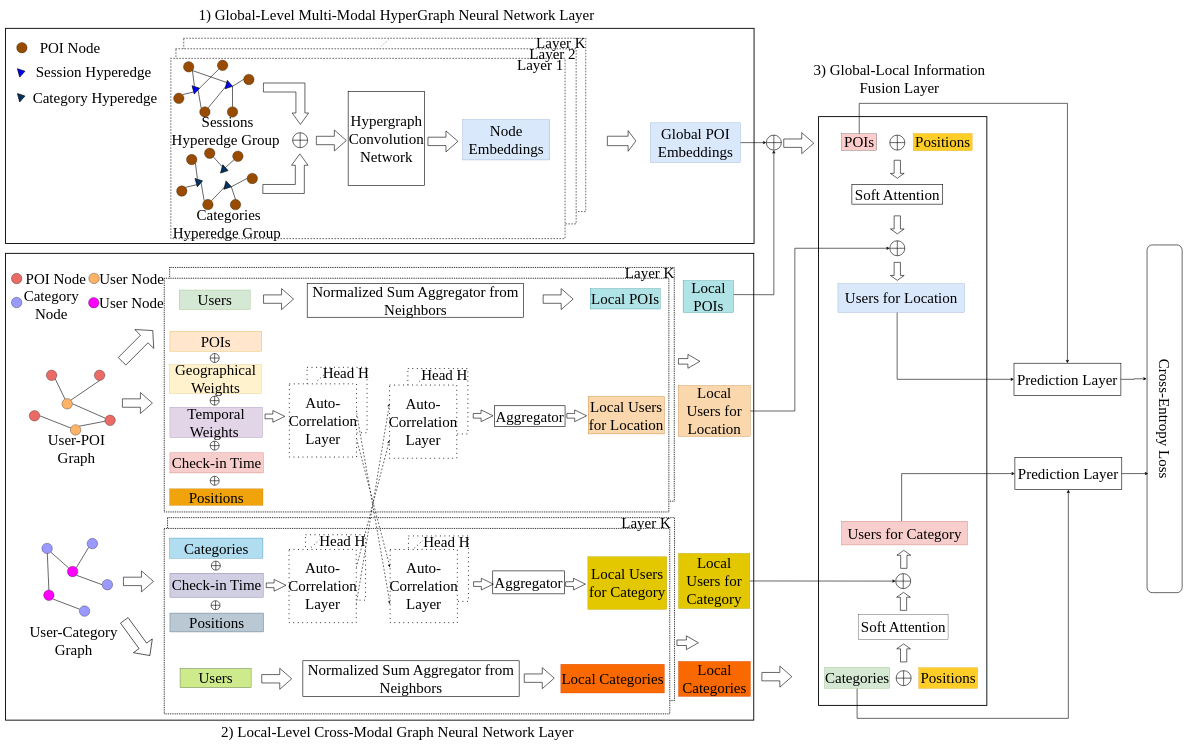
This is page "第 1 页" (1 of 2) of hgcn_nextpoi.drawio from chenshone/draw, a draw.io file, before an edit. Source tidied: cells renumbered, new cells numbered last; positions are measured from the earlier drawing's top-left corner, leaving out a move shared by most shapes. Both pictures are drawn from the tidied source at 30%, with x=0, y=0 at pixel (5, -21).
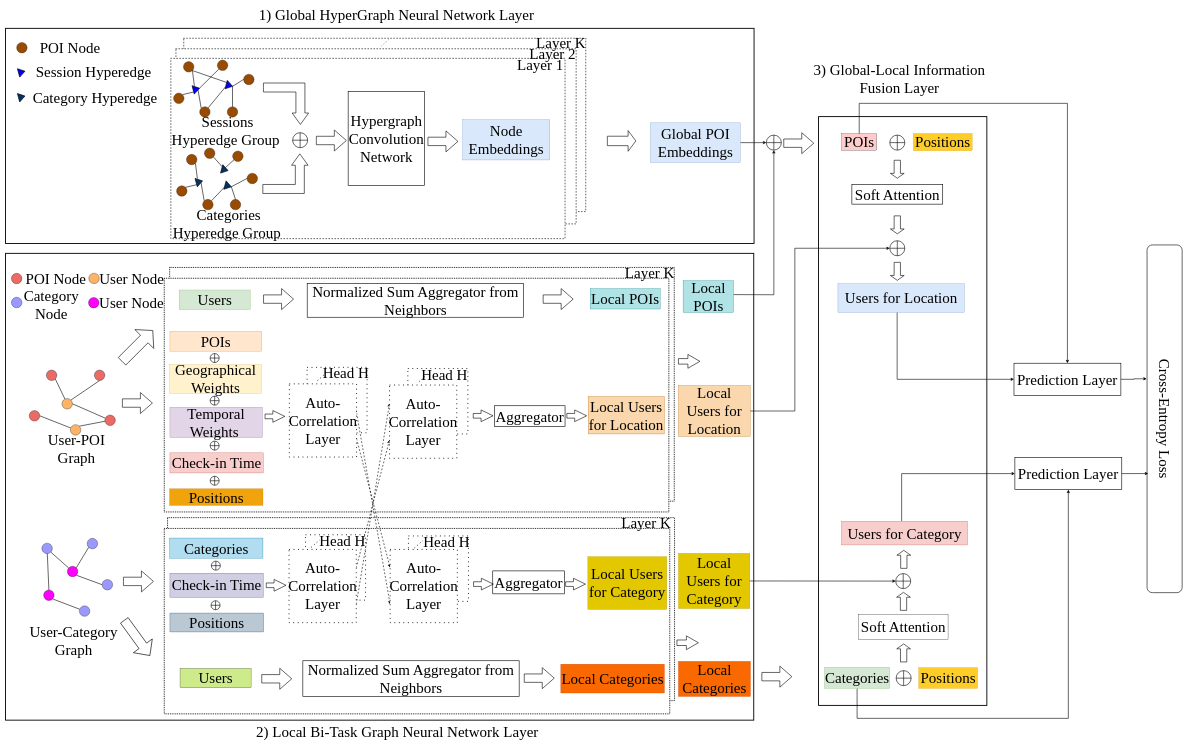
After the change.

What changed in the source:
```diff
@@
-    <mxCell id="12" value="1) Global-Level Multi-Modal HyperGraph Neural Network Layer&amp;nbsp;" style="text;html=1;strokeColor=none;fillColor=none;align=center;verticalAlign=middle;whiteSpace=wrap;rounded=0;fontColor=default;fontSize=50;fontFamily=Times New Roman;" parent="1" vertex="1">
+    <mxCell id="12" value="1) Global HyperGraph Neural Network Layer&amp;nbsp;" style="text;html=1;strokeColor=none;fillColor=none;align=center;verticalAlign=middle;whiteSpace=wrap;rounded=0;fontColor=default;fontSize=50;fontFamily=Times New Roman;" parent="1" vertex="1">
       <mxGeometry x="563" y="87" width="1493" height="61" as="geometry" />
     </mxCell>
@@
-    <mxCell id="20" value="2) Local-Level&amp;nbsp;Cross-Modal Graph Neural Network Layer" style="text;html=1;strokeColor=none;fillColor=none;align=center;verticalAlign=middle;whiteSpace=wrap;rounded=0;fontColor=default;fontSize=50;fontFamily=Times New Roman;" parent="1" vertex="1">
+    <mxCell id="20" value="2) Local Bi-Task Graph Neural Network Layer" style="text;html=1;strokeColor=none;fillColor=none;align=center;verticalAlign=middle;whiteSpace=wrap;rounded=0;fontColor=default;fontSize=50;fontFamily=Times New Roman;" parent="1" vertex="1">
       <mxGeometry x="675" y="2476" width="1262" height="64" as="geometry" />
     </mxCell>
```
